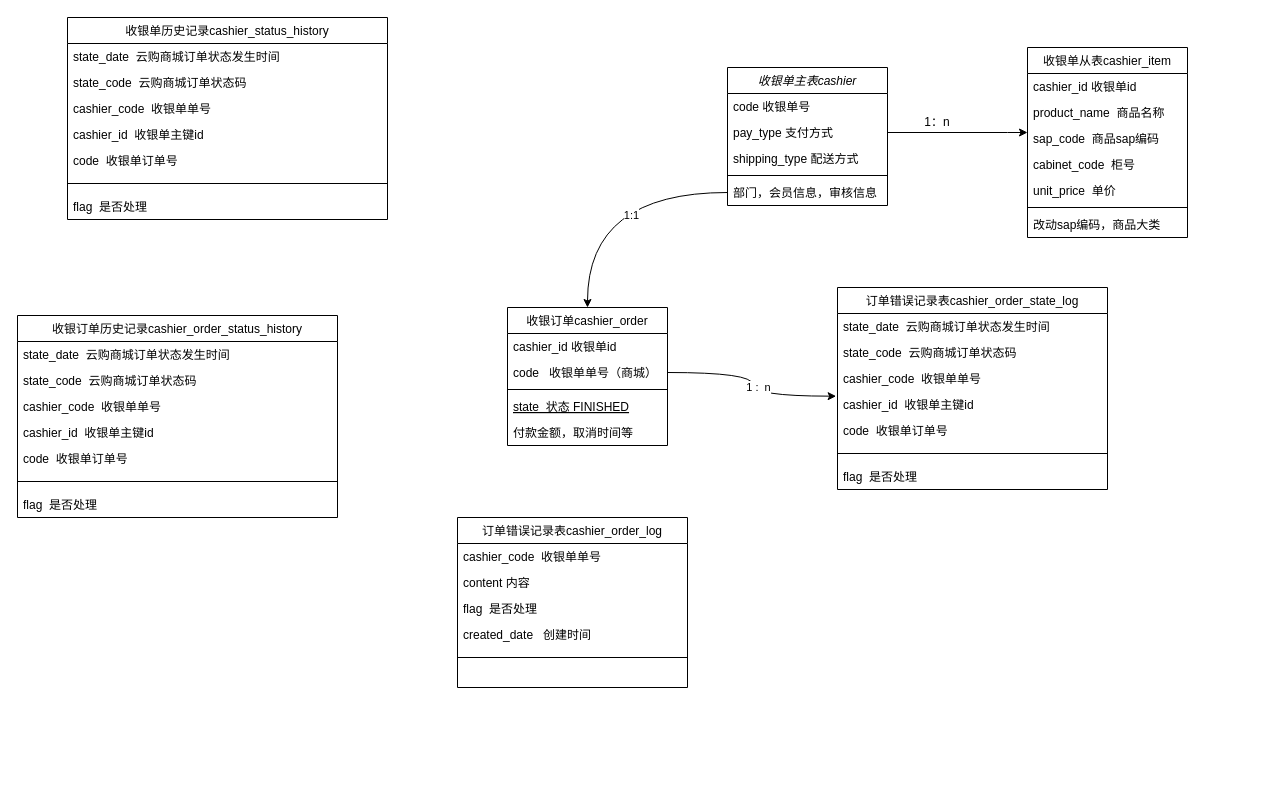
nayouzhenai/java_web keeps this draw.io diagram as 玲玲塔类图.drawio. Above is the earlier version. Source tidied: cells renumbered, new cells numbered last; positions are measured from the earlier drawing's top-left corner, leaving out a move shared by most shapes. Both pictures are drawn from the tidied source at 100%, with x=0, y=0 at pixel (17, 17).
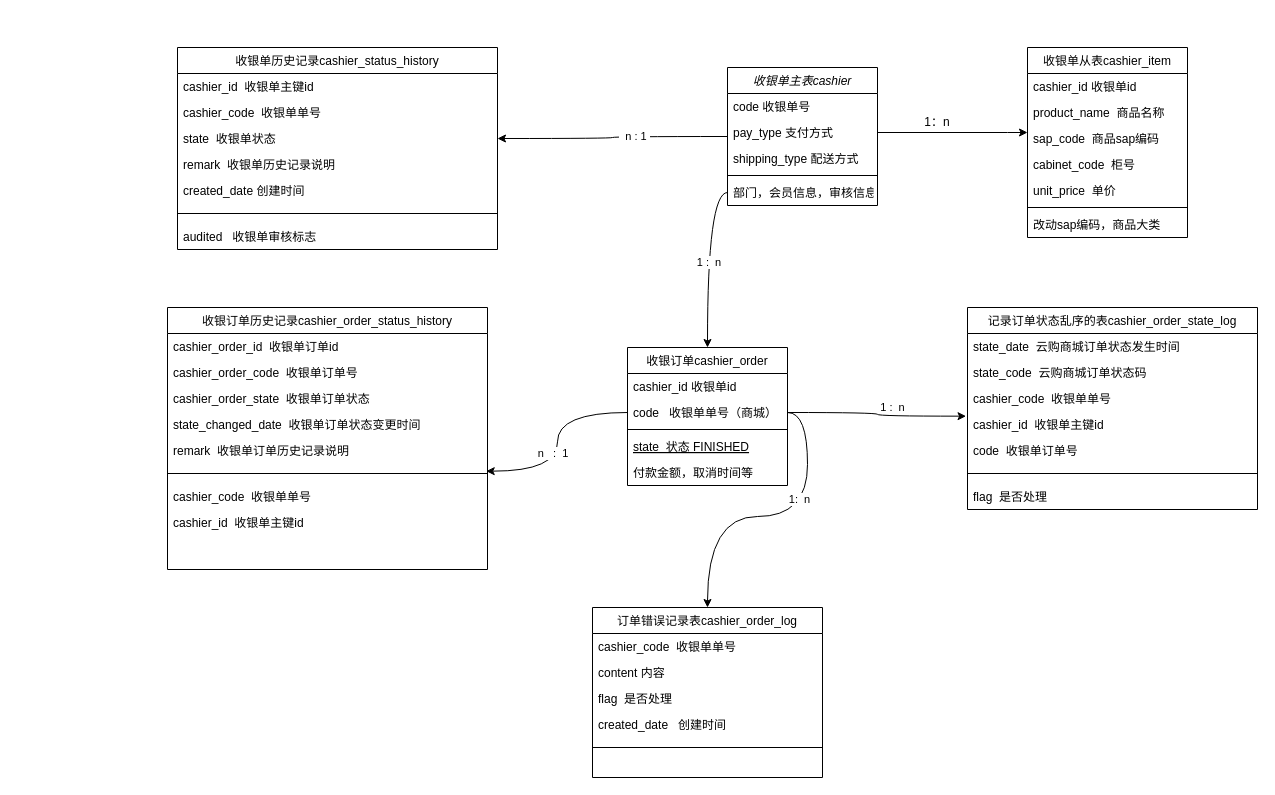
Above is the later version.

Commit message:
更新玲玲塔类图.drawio

The change refers to these unchanged cells:
```xml
<mxCell id="10" value="code   收银单单号（商城）" style="text;align=left;verticalAlign=top;spacingLeft=4;spacingRight=4;overflow=hidden;points=[[0,0.5],[1,0.5]];portConstraint=eastwest;rounded=0;shadow=0;html=0;" parent="8" vertex="1">
  <mxGeometry y="52" width="160" height="26" as="geometry" />
</mxCell>
<mxCell id="30" style="edgeStyle=orthogonalEdgeStyle;curved=1;rounded=0;jettySize=auto;html=1;" parent="1" edge="1" source="7" target="8">
  <mxGeometry relative="1" as="geometry" />
</mxCell>
<mxCell id="48" style="line;html=1;strokeWidth=1;align=left;verticalAlign=middle;spacingTop=-1;spacingLeft=3;spacingRight=3;labelPosition=right;points=[];portConstraint=eastwest;" parent="42" vertex="1">
  <mxGeometry y="156" width="320" height="20" as="geometry" />
</mxCell>
```

What changed in the source:
```diff
@@
+    <mxCell id="58" style="edgeStyle=orthogonalEdgeStyle;curved=1;rounded=0;jettySize=auto;html=1;entryX=1;entryY=0.5;entryDx=0;entryDy=0;" parent="1" edge="1" source="2" target="53">
+      <mxGeometry relative="1" as="geometry" />
+    </mxCell>
+    <mxCell id="59" value="&amp;nbsp; n : 1&amp;nbsp;" style="edgeLabel;html=1;align=center;verticalAlign=middle;" parent="58" vertex="1">
+      <mxGeometry x="-0.19" y="-1" relative="1" as="geometry" />
+    </mxCell>
     <mxCell id="2" value="收银单主表cashier" style="swimlane;fontStyle=2;align=center;verticalAlign=top;horizontal=1;startSize=26;rounded=0;shadow=0;strokeWidth=1;" parent="1" vertex="1">
-      <mxGeometry x="710" y="50" width="160" height="138" as="geometry" />
+      <mxGeometry x="710" y="50" width="150" height="138" as="geometry" />
     </mxCell>
     <mxCell id="3" value="code 收银单号" style="text;align=left;verticalAlign=top;spacingLeft=4;spacingRight=4;overflow=hidden;" parent="2" vertex="1">
-      <mxGeometry y="26" width="160" height="26" as="geometry" />
+      <mxGeometry y="26" width="150" height="26" as="geometry" />
     </mxCell>
     <mxCell id="4" value="pay_type 支付方式" style="text;align=left;verticalAlign=top;spacingLeft=4;spacingRight=4;overflow=hidden;points=[[0,0.5],[1,0.5]];portConstraint=eastwest;rounded=0;shadow=0;html=0;" parent="2" vertex="1">
-      <mxGeometry y="52" width="160" height="26" as="geometry" />
+      <mxGeometry y="52" width="150" height="26" as="geometry" />
     </mxCell>
     <mxCell id="5" value="shipping_type 配送方式" style="text;align=left;verticalAlign=top;spacingLeft=4;spacingRight=4;overflow=hidden;rounded=0;shadow=0;html=0;" parent="2" vertex="1">
-      <mxGeometry y="78" width="160" height="26" as="geometry" />
+      <mxGeometry y="78" width="150" height="26" as="geometry" />
     </mxCell>
     <mxCell id="6" style="line;html=1;strokeWidth=1;align=left;verticalAlign=middle;spacingTop=-1;spacingLeft=3;spacingRight=3;labelPosition=right;" parent="2" vertex="1">
-      <mxGeometry y="104" width="160" height="8" as="geometry" />
+      <mxGeometry y="104" width="150" height="8" as="geometry" />
     </mxCell>
     <mxCell id="7" value="部门，会员信息，审核信息" style="text;align=left;verticalAlign=top;spacingLeft=4;spacingRight=4;overflow=hidden;points=[[0,0.5],[1,0.5]];portConstraint=eastwest;" parent="2" vertex="1">
-      <mxGeometry y="112" width="160" height="26" as="geometry" />
+      <mxGeometry y="112" width="150" height="26" as="geometry" />
     </mxCell>
     <mxCell id="8" value="收银订单cashier_order" style="swimlane;fontStyle=0;align=center;verticalAlign=top;horizontal=1;startSize=26;rounded=0;shadow=0;strokeWidth=1;" parent="1" vertex="1">
-      <mxGeometry x="490" y="290" width="160" height="138" as="geometry" />
+      <mxGeometry x="610" y="330" width="160" height="138" as="geometry" />
     </mxCell>
@@
     <mxCell id="14" value="订单错误记录表cashier_order_log" style="swimlane;fontStyle=0;align=center;verticalAlign=top;horizontal=1;startSize=26;rounded=0;shadow=0;strokeWidth=1;" parent="1" vertex="1">
-      <mxGeometry x="440" y="500" width="230" height="170" as="geometry" />
+      <mxGeometry x="575" y="590" width="230" height="170" as="geometry" />
     </mxCell>
@@
-    <mxCell id="31" value="1:1" style="edgeLabel;html=1;align=center;verticalAlign=middle;" parent="30" vertex="1">
-      <mxGeometry x="-0.24" y="22" relative="1" as="geometry" />
-    </mxCell>
+    <mxCell id="60" value="&amp;nbsp; 1 :&amp;nbsp; n&amp;nbsp; &amp;nbsp;" style="edgeLabel;html=1;align=center;verticalAlign=middle;" parent="30" vertex="1">
+      <mxGeometry x="0.02" y="2" relative="1" as="geometry" />
+    </mxCell>
-    <mxCell id="32" value="订单错误记录表cashier_order_state_log" style="swimlane;fontStyle=0;align=center;verticalAlign=top;horizontal=1;startSize=26;rounded=0;shadow=0;strokeWidth=1;" parent="1" vertex="1">
-      <mxGeometry x="820" y="270" width="270" height="202" as="geometry" />
+    <mxCell id="32" value="记录订单状态乱序的表cashier_order_state_log" style="swimlane;fontStyle=0;align=center;verticalAlign=top;horizontal=1;startSize=26;rounded=0;shadow=0;strokeWidth=1;" parent="1" vertex="1">
+      <mxGeometry x="950" y="290" width="290" height="202" as="geometry" />
     </mxCell>
     <mxCell id="33" value="state_date  云购商城订单状态发生时间" style="text;align=left;verticalAlign=top;spacingLeft=4;spacingRight=4;overflow=hidden;" parent="32" vertex="1">
-      <mxGeometry y="26" width="270" height="26" as="geometry" />
+      <mxGeometry y="26" width="290" height="26" as="geometry" />
     </mxCell>
     <mxCell id="34" value="state_code  云购商城订单状态码" style="text;align=left;verticalAlign=top;spacingLeft=4;spacingRight=4;overflow=hidden;" parent="32" vertex="1">
-      <mxGeometry y="52" width="270" height="26" as="geometry" />
+      <mxGeometry y="52" width="290" height="26" as="geometry" />
     </mxCell>
     <mxCell id="35" value="cashier_code  收银单单号" style="text;align=left;verticalAlign=top;spacingLeft=4;spacingRight=4;overflow=hidden;" parent="32" vertex="1">
-      <mxGeometry y="78" width="270" height="26" as="geometry" />
+      <mxGeometry y="78" width="290" height="26" as="geometry" />
     </mxCell>
     <mxCell id="36" value="cashier_id  收银单主键id" style="text;align=left;verticalAlign=top;spacingLeft=4;spacingRight=4;overflow=hidden;points=[[0,0.5],[1,0.5]];portConstraint=eastwest;" parent="32" vertex="1">
-      <mxGeometry y="104" width="270" height="26" as="geometry" />
+      <mxGeometry y="104" width="290" height="26" as="geometry" />
     </mxCell>
     <mxCell id="37" value="code  收银单订单号" style="text;align=left;verticalAlign=top;spacingLeft=4;spacingRight=4;overflow=hidden;" parent="32" vertex="1">
-      <mxGeometry y="130" width="270" height="26" as="geometry" />
+      <mxGeometry y="130" width="290" height="26" as="geometry" />
     </mxCell>
     <mxCell id="38" style="line;html=1;strokeWidth=1;align=left;verticalAlign=middle;spacingTop=-1;spacingLeft=3;spacingRight=3;labelPosition=right;" parent="32" vertex="1">
-      <mxGeometry y="156" width="270" height="20" as="geometry" />
+      <mxGeometry y="156" width="290" height="20" as="geometry" />
     </mxCell>
     <mxCell id="39" value="flag  是否处理" style="text;align=left;verticalAlign=top;spacingLeft=4;spacingRight=4;overflow=hidden;" parent="32" vertex="1">
-      <mxGeometry y="176" width="270" height="26" as="geometry" />
+      <mxGeometry y="176" width="290" height="26" as="geometry" />
     </mxCell>
@@
     <mxCell id="42" value="收银订单历史记录cashier_order_status_history" style="swimlane;fontStyle=0;align=center;verticalAlign=top;horizontal=1;startSize=26;rounded=0;shadow=0;strokeWidth=1;" parent="1" vertex="1">
-      <mxGeometry y="298" width="320" height="202" as="geometry" />
+      <mxGeometry x="150" y="290" width="320" height="262" as="geometry" />
     </mxCell>
-    <mxCell id="43" value="state_date  云购商城订单状态发生时间" style="text;align=left;verticalAlign=top;spacingLeft=4;spacingRight=4;overflow=hidden;" parent="42" vertex="1">
+    <mxCell id="43" value="cashier_order_id  收银单订单id" style="text;align=left;verticalAlign=top;spacingLeft=4;spacingRight=4;overflow=hidden;" parent="42" vertex="1">
       <mxGeometry y="26" width="320" height="26" as="geometry" />
     </mxCell>
-    <mxCell id="44" value="state_code  云购商城订单状态码" style="text;align=left;verticalAlign=top;spacingLeft=4;spacingRight=4;overflow=hidden;" parent="42" vertex="1">
+    <mxCell id="44" value="cashier_order_code  收银单订单号" style="text;align=left;verticalAlign=top;spacingLeft=4;spacingRight=4;overflow=hidden;" parent="42" vertex="1">
       <mxGeometry y="52" width="320" height="26" as="geometry" />
     </mxCell>
-    <mxCell id="45" value="cashier_code  收银单单号" style="text;align=left;verticalAlign=top;spacingLeft=4;spacingRight=4;overflow=hidden;" parent="42" vertex="1">
+    <mxCell id="45" value="cashier_order_state  收银单订单状态" style="text;align=left;verticalAlign=top;spacingLeft=4;spacingRight=4;overflow=hidden;" parent="42" vertex="1">
       <mxGeometry y="78" width="320" height="26" as="geometry" />
     </mxCell>
-    <mxCell id="46" value="cashier_id  收银单主键id" style="text;align=left;verticalAlign=top;spacingLeft=4;spacingRight=4;overflow=hidden;" parent="42" vertex="1">
+    <mxCell id="46" value="state_changed_date  收银单订单状态变更时间" style="text;align=left;verticalAlign=top;spacingLeft=4;spacingRight=4;overflow=hidden;" parent="42" vertex="1">
       <mxGeometry y="104" width="320" height="26" as="geometry" />
     </mxCell>
-    <mxCell id="47" value="code  收银单订单号" style="text;align=left;verticalAlign=top;spacingLeft=4;spacingRight=4;overflow=hidden;" parent="42" vertex="1">
+    <mxCell id="47" value="remark  收银单订单历史记录说明" style="text;align=left;verticalAlign=top;spacingLeft=4;spacingRight=4;overflow=hidden;" parent="42" vertex="1">
       <mxGeometry y="130" width="320" height="26" as="geometry" />
     </mxCell>
@@
-    <mxCell id="49" value="flag  是否处理" style="text;align=left;verticalAlign=top;spacingLeft=4;spacingRight=4;overflow=hidden;" parent="42" vertex="1">
+    <mxCell id="49" value="cashier_code  收银单单号" style="text;align=left;verticalAlign=top;spacingLeft=4;spacingRight=4;overflow=hidden;" parent="42" vertex="1">
       <mxGeometry y="176" width="320" height="26" as="geometry" />
     </mxCell>
+    <mxCell id="61" value="cashier_id  收银单主键id" style="text;align=left;verticalAlign=top;spacingLeft=4;spacingRight=4;overflow=hidden;" parent="42" vertex="1">
+      <mxGeometry y="202" width="320" height="26" as="geometry" />
+    </mxCell>
     <mxCell id="50" value="收银单历史记录cashier_status_history" style="swimlane;fontStyle=0;align=center;verticalAlign=top;horizontal=1;startSize=26;rounded=0;shadow=0;strokeWidth=1;" parent="1" vertex="1">
-      <mxGeometry x="50" width="320" height="202" as="geometry" />
+      <mxGeometry x="160" y="30" width="320" height="202" as="geometry" />
     </mxCell>
-    <mxCell id="51" value="state_date  云购商城订单状态发生时间" style="text;align=left;verticalAlign=top;spacingLeft=4;spacingRight=4;overflow=hidden;" parent="50" vertex="1">
+    <mxCell id="51" value="cashier_id  收银单主键id" style="text;align=left;verticalAlign=top;spacingLeft=4;spacingRight=4;overflow=hidden;" parent="50" vertex="1">
       <mxGeometry y="26" width="320" height="26" as="geometry" />
     </mxCell>
-    <mxCell id="52" value="state_code  云购商城订单状态码" style="text;align=left;verticalAlign=top;spacingLeft=4;spacingRight=4;overflow=hidden;" parent="50" vertex="1">
+    <mxCell id="52" value="cashier_code  收银单单号" style="text;align=left;verticalAlign=top;spacingLeft=4;spacingRight=4;overflow=hidden;" parent="50" vertex="1">
       <mxGeometry y="52" width="320" height="26" as="geometry" />
     </mxCell>
-    <mxCell id="53" value="cashier_code  收银单单号" style="text;align=left;verticalAlign=top;spacingLeft=4;spacingRight=4;overflow=hidden;points=[[0,0.5],[1,0.5]];portConstraint=eastwest;" parent="50" vertex="1">
+    <mxCell id="53" value="state  收银单状态" style="text;align=left;verticalAlign=top;spacingLeft=4;spacingRight=4;overflow=hidden;points=[[0,0.5],[1,0.5]];portConstraint=eastwest;" parent="50" vertex="1">
       <mxGeometry y="78" width="320" height="26" as="geometry" />
     </mxCell>
-    <mxCell id="54" value="cashier_id  收银单主键id" style="text;align=left;verticalAlign=top;spacingLeft=4;spacingRight=4;overflow=hidden;" parent="50" vertex="1">
+    <mxCell id="54" value="remark  收银单历史记录说明" style="text;align=left;verticalAlign=top;spacingLeft=4;spacingRight=4;overflow=hidden;" parent="50" vertex="1">
       <mxGeometry y="104" width="320" height="26" as="geometry" />
     </mxCell>
-    <mxCell id="55" value="code  收银单订单号" style="text;align=left;verticalAlign=top;spacingLeft=4;spacingRight=4;overflow=hidden;" parent="50" vertex="1">
+    <mxCell id="55" value="created_date 创建时间" style="text;align=left;verticalAlign=top;spacingLeft=4;spacingRight=4;overflow=hidden;" parent="50" vertex="1">
       <mxGeometry y="130" width="320" height="26" as="geometry" />
     </mxCell>
@@
-    <mxCell id="57" value="flag  是否处理" style="text;align=left;verticalAlign=top;spacingLeft=4;spacingRight=4;overflow=hidden;" parent="50" vertex="1">
+    <mxCell id="57" value="audited   收银单审核标志" style="text;align=left;verticalAlign=top;spacingLeft=4;spacingRight=4;overflow=hidden;" parent="50" vertex="1">
       <mxGeometry y="176" width="320" height="26" as="geometry" />
     </mxCell>
+    <mxCell id="62" style="edgeStyle=orthogonalEdgeStyle;curved=1;rounded=0;jettySize=auto;html=1;entryX=0.996;entryY=0.383;entryDx=0;entryDy=0;entryPerimeter=0;" parent="1" edge="1" source="10" target="48">
+      <mxGeometry relative="1" as="geometry" />
+    </mxCell>
+    <mxCell id="63" value="&amp;nbsp;n&amp;nbsp; &amp;nbsp;:&amp;nbsp; 1&amp;nbsp;&amp;nbsp;" style="edgeLabel;html=1;align=center;verticalAlign=middle;" parent="62" vertex="1">
+      <mxGeometry x="0.1" y="-4" relative="1" as="geometry" />
+    </mxCell>
+    <mxCell id="64" style="edgeStyle=orthogonalEdgeStyle;curved=1;rounded=0;jettySize=auto;html=1;entryX=0.5;entryY=0;entryDx=0;entryDy=0;exitX=1;exitY=0.5;exitDx=0;exitDy=0;" parent="1" edge="1" source="10" target="14">
+      <mxGeometry relative="1" as="geometry" />
+    </mxCell>
+    <mxCell id="65" value="&amp;nbsp; &amp;nbsp;1:&amp;nbsp; n&amp;nbsp; &amp;nbsp;" style="edgeLabel;html=1;align=center;verticalAlign=middle;" parent="64" vertex="1">
+      <mxGeometry x="-0.33" y="-9" relative="1" as="geometry" />
+    </mxCell>
```
